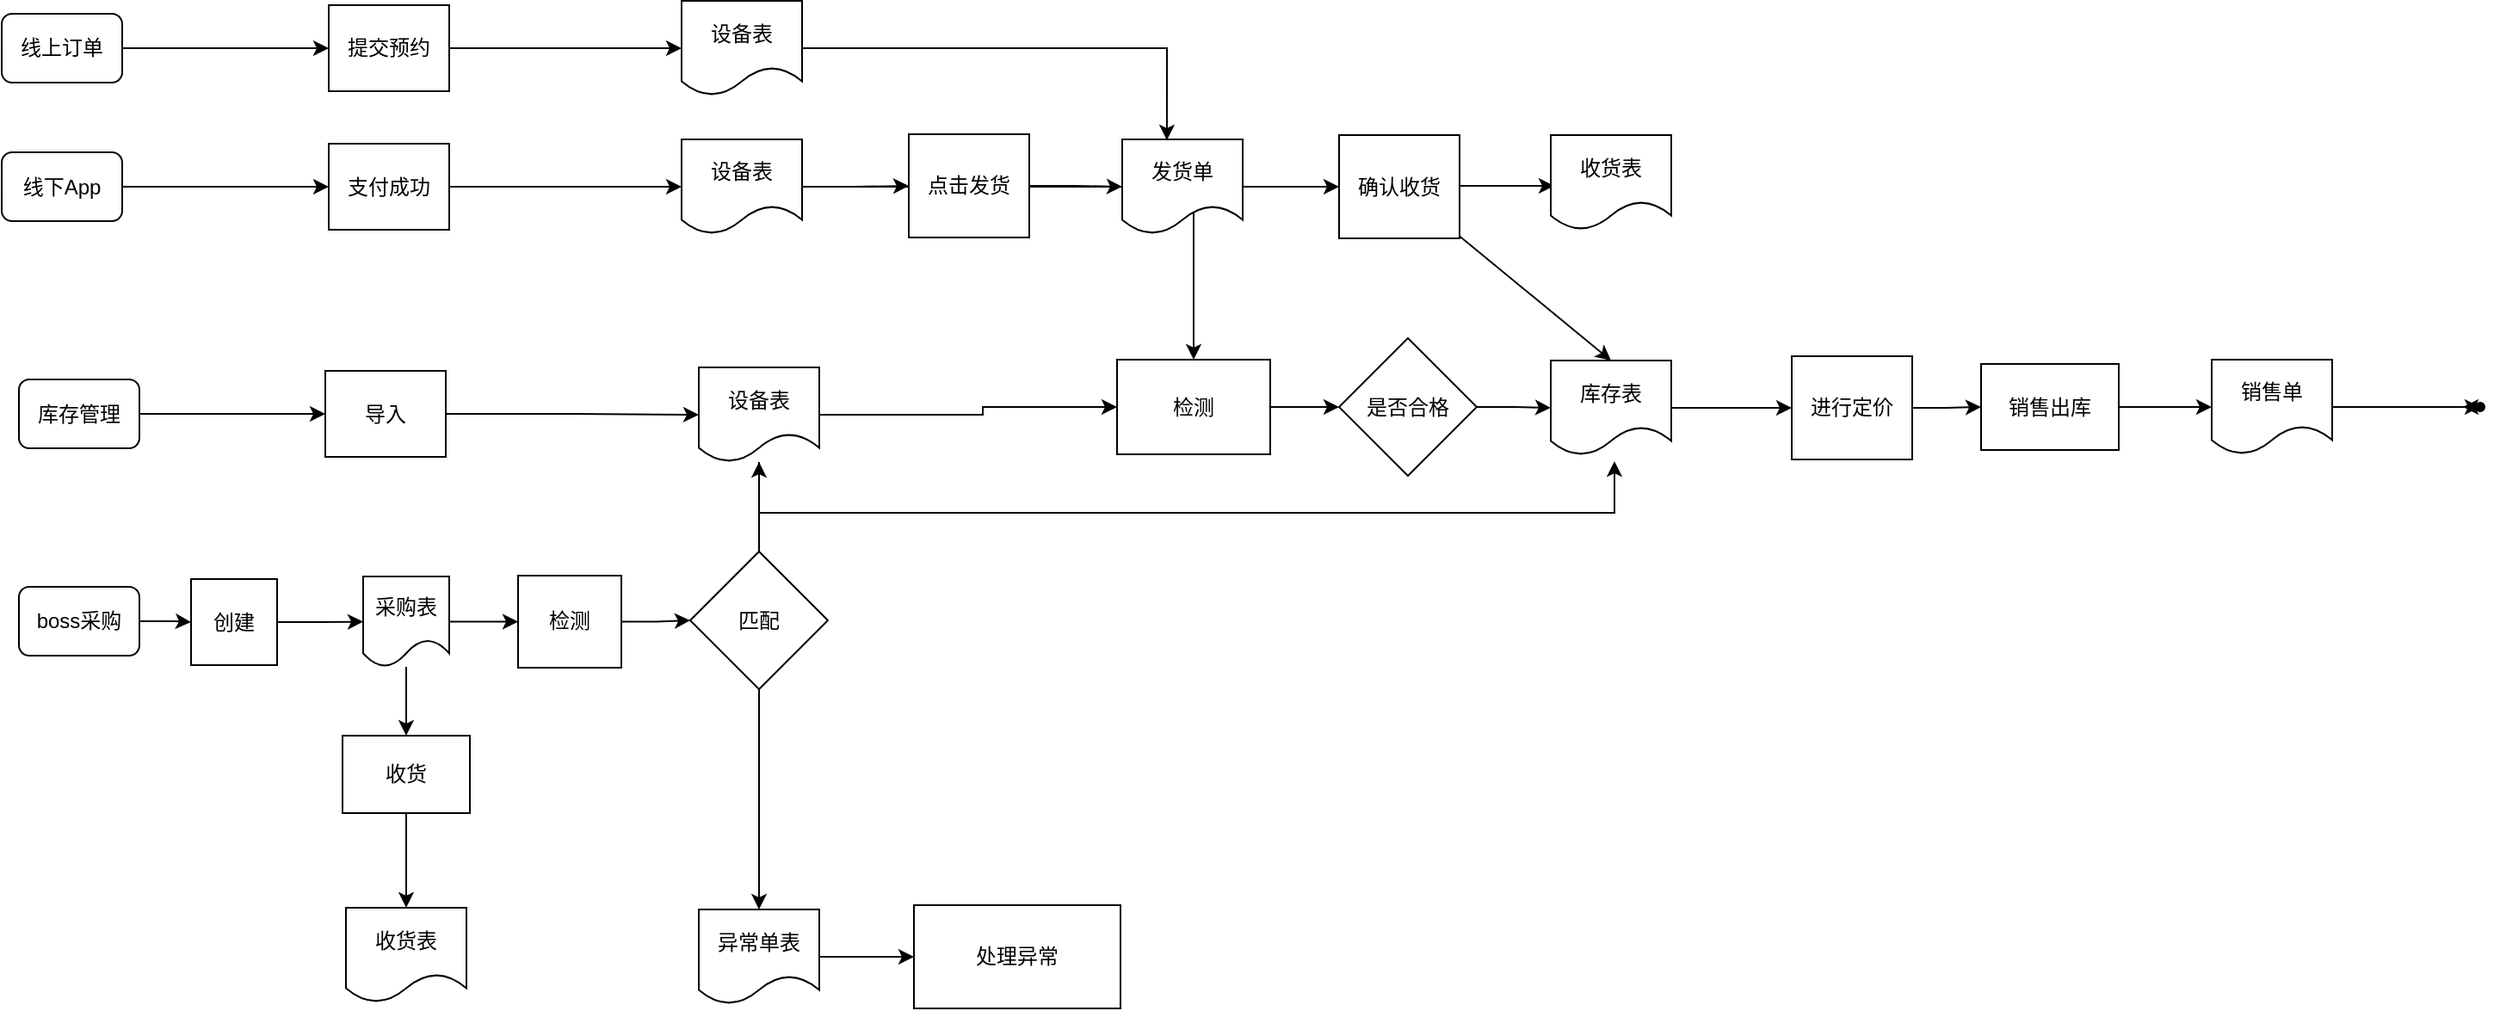
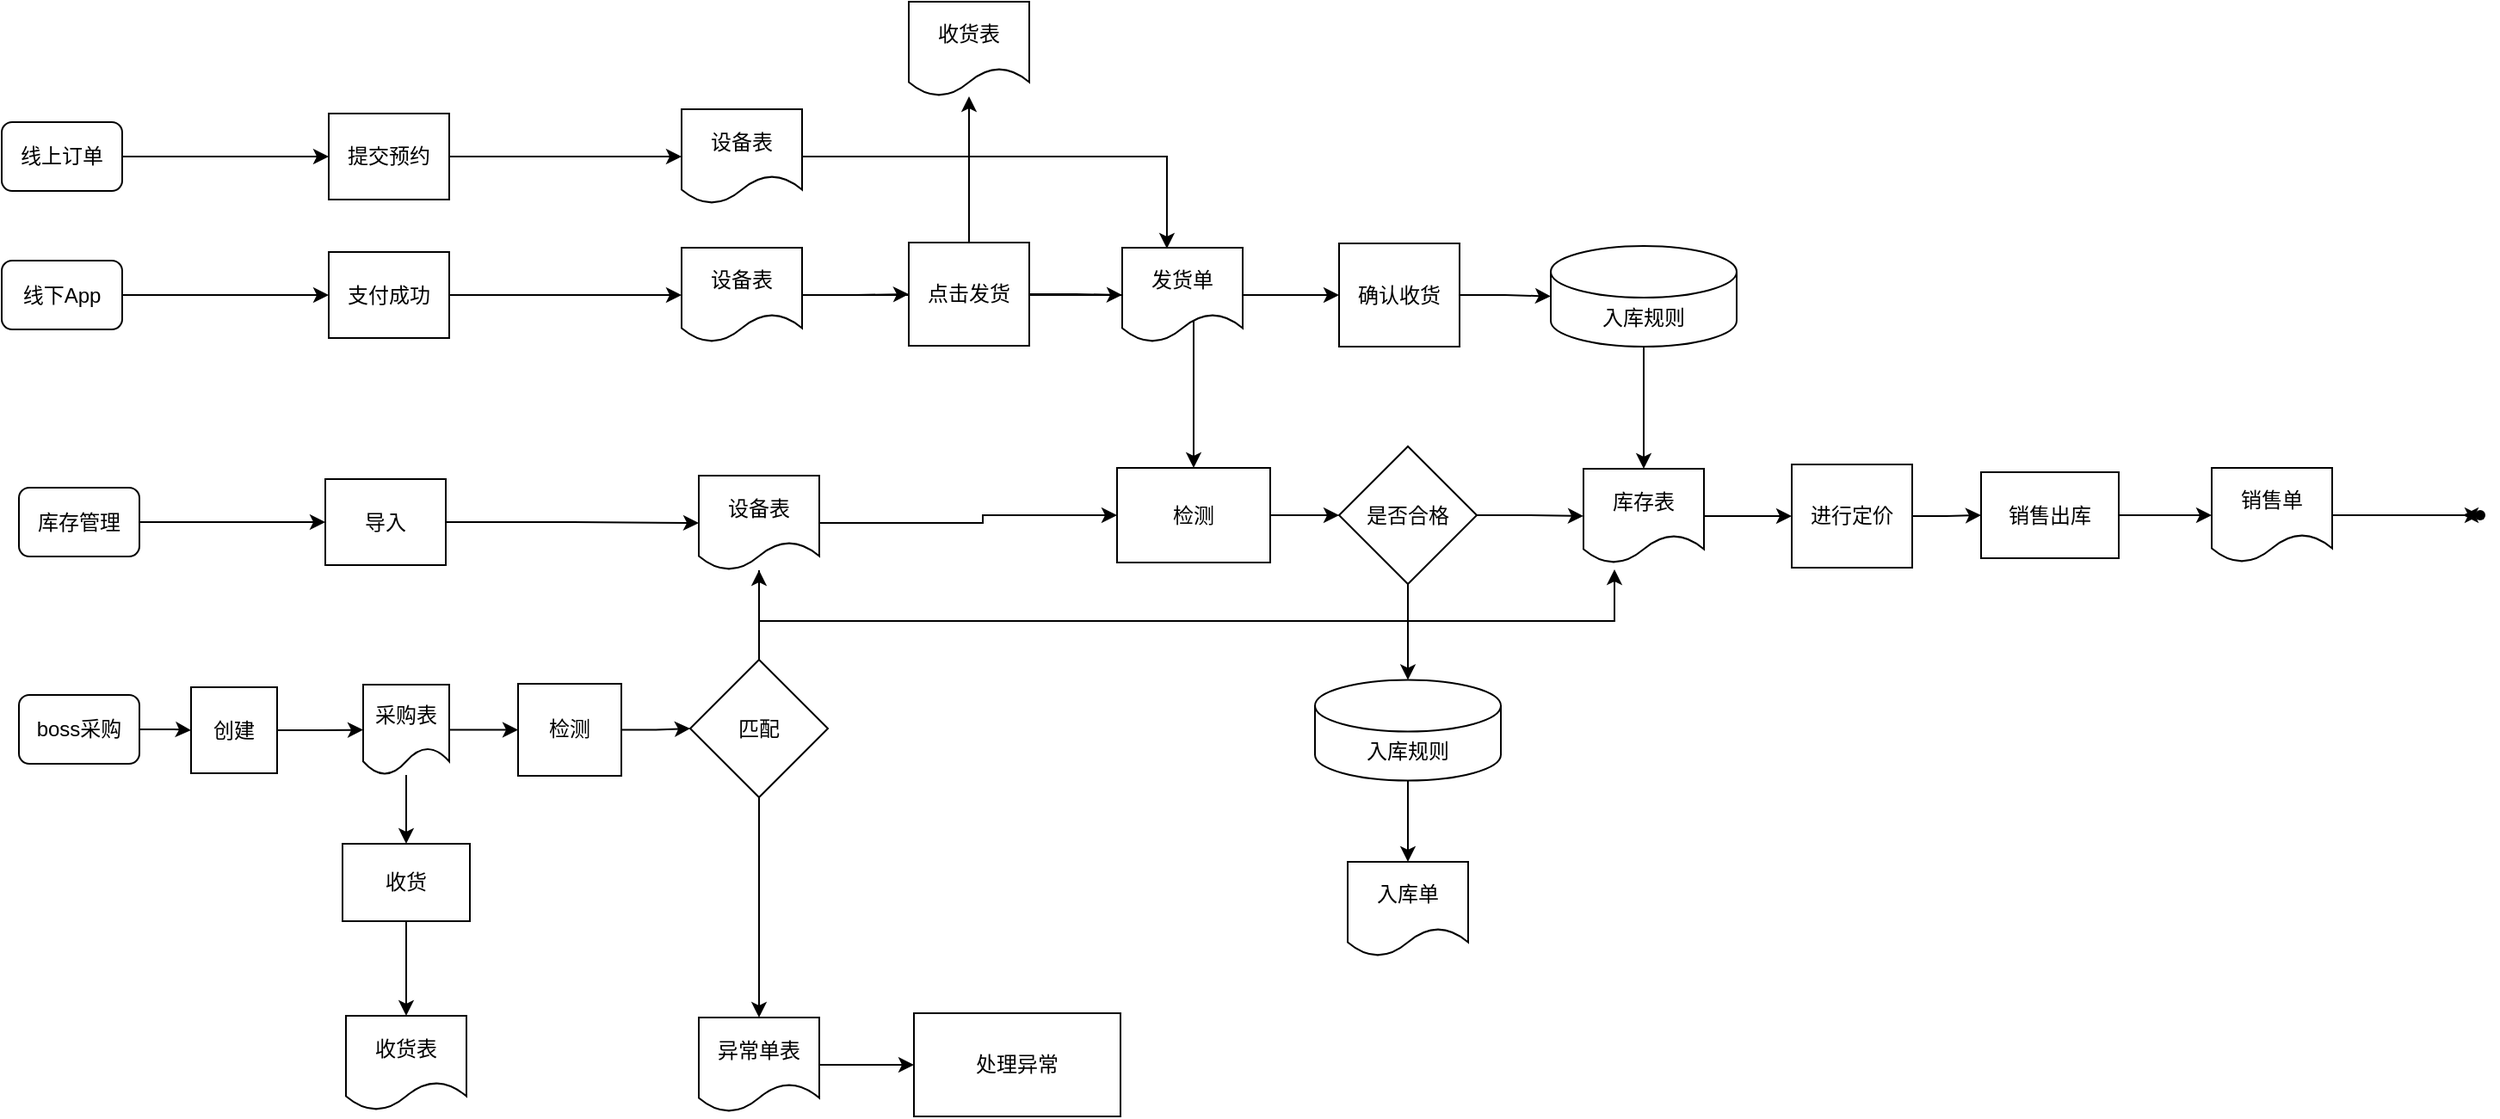
<mxfile host="app.diagrams.net">
  <diagram name="第 1 页" id="s3CgnVwbfZmktE_ADOAM">
-     <mxGraphModel dx="1884" dy="764" grid="1" gridSize="10" guides="1" tooltips="1" connect="1" arrows="1" fold="1" page="1" pageScale="1" pageWidth="827" pageHeight="1169" math="0" shadow="0">
+     <mxGraphModel dx="1653" dy="738" grid="1" gridSize="10" guides="1" tooltips="1" connect="1" arrows="1" fold="1" page="1" pageScale="1" pageWidth="827" pageHeight="1169" math="0" shadow="0">
      <root>
        <mxCell id="0" />
        <mxCell id="1" parent="0" />
        <mxCell id="9bAV4iDaCewVaVFpZhyE-6" edge="1" parent="1" source="9bAV4iDaCewVaVFpZhyE-1" style="edgeStyle=orthogonalEdgeStyle;rounded=0;orthogonalLoop=1;jettySize=auto;html=1;entryX=0;entryY=0.5;entryDx=0;entryDy=0;" target="9bAV4iDaCewVaVFpZhyE-5">
          <mxGeometry relative="1" as="geometry" />
        </mxCell>
        <mxCell id="9bAV4iDaCewVaVFpZhyE-1" parent="1" style="rounded=1;whiteSpace=wrap;html=1;" value="线上订单" vertex="1">
          <mxGeometry height="40" width="70" x="100" y="200" as="geometry" />
        </mxCell>
        <mxCell id="9bAV4iDaCewVaVFpZhyE-8" edge="1" parent="1" source="9bAV4iDaCewVaVFpZhyE-2" style="edgeStyle=orthogonalEdgeStyle;rounded=0;orthogonalLoop=1;jettySize=auto;html=1;entryX=0;entryY=0.5;entryDx=0;entryDy=0;" target="9bAV4iDaCewVaVFpZhyE-7">
          <mxGeometry relative="1" as="geometry" />
        </mxCell>
        <mxCell id="9bAV4iDaCewVaVFpZhyE-2" parent="1" style="rounded=1;whiteSpace=wrap;html=1;" value="线下App" vertex="1">
          <mxGeometry height="40" width="70" x="100" y="280.5" as="geometry" />
        </mxCell>
        <mxCell id="9bAV4iDaCewVaVFpZhyE-18" edge="1" parent="1" source="9bAV4iDaCewVaVFpZhyE-4" style="edgeStyle=orthogonalEdgeStyle;rounded=0;orthogonalLoop=1;jettySize=auto;html=1;entryX=0;entryY=0.5;entryDx=0;entryDy=0;" target="9bAV4iDaCewVaVFpZhyE-17">
          <mxGeometry relative="1" as="geometry" />
        </mxCell>
        <mxCell id="9bAV4iDaCewVaVFpZhyE-4" parent="1" style="rounded=1;whiteSpace=wrap;html=1;" value="boss采购" vertex="1">
          <mxGeometry height="40" width="70" x="110" y="533" as="geometry" />
        </mxCell>
        <mxCell id="9bAV4iDaCewVaVFpZhyE-13" edge="1" parent="1" source="9bAV4iDaCewVaVFpZhyE-5" style="edgeStyle=orthogonalEdgeStyle;rounded=0;orthogonalLoop=1;jettySize=auto;html=1;entryX=0;entryY=0.5;entryDx=0;entryDy=0;" target="9bAV4iDaCewVaVFpZhyE-10">
          <mxGeometry relative="1" as="geometry" />
        </mxCell>
        <mxCell id="9bAV4iDaCewVaVFpZhyE-5" parent="1" style="rounded=0;whiteSpace=wrap;html=1;" value="提交预约" vertex="1">
          <mxGeometry height="50" width="70" x="290" y="195" as="geometry" />
        </mxCell>
        <mxCell id="9bAV4iDaCewVaVFpZhyE-14" edge="1" parent="1" source="9bAV4iDaCewVaVFpZhyE-7" style="edgeStyle=orthogonalEdgeStyle;rounded=0;orthogonalLoop=1;jettySize=auto;html=1;entryX=0;entryY=0.5;entryDx=0;entryDy=0;" target="9bAV4iDaCewVaVFpZhyE-11">
          <mxGeometry relative="1" as="geometry" />
        </mxCell>
        <mxCell id="9bAV4iDaCewVaVFpZhyE-7" parent="1" style="rounded=0;whiteSpace=wrap;html=1;" value="支付成功" vertex="1">
          <mxGeometry height="50" width="70" x="290" y="275.5" as="geometry" />
        </mxCell>
        <mxCell id="GVKssT9AvyQaVMVPeHK4-81" edge="1" parent="1" source="9bAV4iDaCewVaVFpZhyE-9" style="edgeStyle=orthogonalEdgeStyle;rounded=0;orthogonalLoop=1;jettySize=auto;html=1;" target="GVKssT9AvyQaVMVPeHK4-80" value="">
          <mxGeometry relative="1" as="geometry" />
        </mxCell>
        <mxCell id="9bAV4iDaCewVaVFpZhyE-9" parent="1" style="rounded=0;whiteSpace=wrap;html=1;" value="收货" vertex="1">
          <mxGeometry height="45" width="74" x="298" y="619.5" as="geometry" />
        </mxCell>
        <mxCell id="9bAV4iDaCewVaVFpZhyE-10" parent="1" style="shape=document;whiteSpace=wrap;html=1;boundedLbl=1;" value="设备表" vertex="1">
          <mxGeometry height="55" width="70" x="495" y="192.5" as="geometry" />
        </mxCell>
        <mxCell id="GVKssT9AvyQaVMVPeHK4-16" edge="1" parent="1" source="9bAV4iDaCewVaVFpZhyE-11" style="edgeStyle=orthogonalEdgeStyle;rounded=0;orthogonalLoop=1;jettySize=auto;html=1;entryX=0.5;entryY=0;entryDx=0;entryDy=0;" target="GVKssT9AvyQaVMVPeHK4-11">
          <mxGeometry relative="1" as="geometry" />
        </mxCell>
        <mxCell id="GVKssT9AvyQaVMVPeHK4-46" edge="1" parent="1" source="9bAV4iDaCewVaVFpZhyE-11" style="edgeStyle=orthogonalEdgeStyle;rounded=0;orthogonalLoop=1;jettySize=auto;html=1;entryX=0;entryY=0.5;entryDx=0;entryDy=0;" target="GVKssT9AvyQaVMVPeHK4-45">
          <mxGeometry relative="1" as="geometry" />
        </mxCell>
        <mxCell id="9bAV4iDaCewVaVFpZhyE-11" parent="1" style="shape=document;whiteSpace=wrap;html=1;boundedLbl=1;" value="设备表" vertex="1">
          <mxGeometry height="55" width="70" x="495" y="273" as="geometry" />
        </mxCell>
        <mxCell id="9bAV4iDaCewVaVFpZhyE-20" edge="1" parent="1" source="9bAV4iDaCewVaVFpZhyE-17" style="edgeStyle=orthogonalEdgeStyle;rounded=0;orthogonalLoop=1;jettySize=auto;html=1;entryX=0;entryY=0.5;entryDx=0;entryDy=0;" target="9bAV4iDaCewVaVFpZhyE-19">
          <mxGeometry relative="1" as="geometry" />
        </mxCell>
        <mxCell id="9bAV4iDaCewVaVFpZhyE-17" parent="1" style="rounded=0;whiteSpace=wrap;html=1;" value="创建" vertex="1">
          <mxGeometry height="50" width="50" x="210" y="528.5" as="geometry" />
        </mxCell>
        <mxCell id="GVKssT9AvyQaVMVPeHK4-70" edge="1" parent="1" source="9bAV4iDaCewVaVFpZhyE-19" style="edgeStyle=orthogonalEdgeStyle;rounded=0;orthogonalLoop=1;jettySize=auto;html=1;" target="9bAV4iDaCewVaVFpZhyE-9" value="">
          <mxGeometry relative="1" as="geometry" />
        </mxCell>
        <mxCell id="GVKssT9AvyQaVMVPeHK4-86" edge="1" parent="1" source="9bAV4iDaCewVaVFpZhyE-19" style="edgeStyle=orthogonalEdgeStyle;rounded=0;orthogonalLoop=1;jettySize=auto;html=1;" target="GVKssT9AvyQaVMVPeHK4-85" value="">
          <mxGeometry relative="1" as="geometry" />
        </mxCell>
        <mxCell id="9bAV4iDaCewVaVFpZhyE-19" parent="1" style="shape=document;whiteSpace=wrap;html=1;boundedLbl=1;" value="采购表" vertex="1">
          <mxGeometry height="52.5" width="50" x="310" y="527" as="geometry" />
        </mxCell>
        <mxCell id="GVKssT9AvyQaVMVPeHK4-67" edge="1" parent="1" source="GVKssT9AvyQaVMVPeHK4-10" style="edgeStyle=orthogonalEdgeStyle;rounded=0;orthogonalLoop=1;jettySize=auto;html=1;" target="GVKssT9AvyQaVMVPeHK4-13" value="">
          <mxGeometry relative="1" as="geometry" />
        </mxCell>
+         <mxCell id="8hWod6TTKWvcKmEvH4T0-7" edge="1" parent="1" source="GVKssT9AvyQaVMVPeHK4-10" style="edgeStyle=orthogonalEdgeStyle;rounded=0;orthogonalLoop=1;jettySize=auto;html=1;" target="8hWod6TTKWvcKmEvH4T0-6" value="">
+           <mxGeometry relative="1" as="geometry" />
+         </mxCell>
        <mxCell id="GVKssT9AvyQaVMVPeHK4-10" parent="1" style="rhombus;whiteSpace=wrap;html=1;" value="是否合格" vertex="1">
          <mxGeometry height="80" width="80" x="877" y="388.5" as="geometry" />
        </mxCell>
        <mxCell id="GVKssT9AvyQaVMVPeHK4-74" edge="1" parent="1" source="GVKssT9AvyQaVMVPeHK4-11" style="edgeStyle=orthogonalEdgeStyle;rounded=0;orthogonalLoop=1;jettySize=auto;html=1;" target="GVKssT9AvyQaVMVPeHK4-10" value="">
          <mxGeometry relative="1" as="geometry" />
        </mxCell>
        <mxCell id="GVKssT9AvyQaVMVPeHK4-11" parent="1" style="rounded=0;whiteSpace=wrap;html=1;" value="&lt;span style=&quot;text-align: left;&quot;&gt;检测&lt;/span&gt;" vertex="1">
          <mxGeometry height="55" width="89" x="748" y="401" as="geometry" />
        </mxCell>
        <mxCell id="GVKssT9AvyQaVMVPeHK4-60" edge="1" parent="1" source="GVKssT9AvyQaVMVPeHK4-13" style="edgeStyle=orthogonalEdgeStyle;rounded=0;orthogonalLoop=1;jettySize=auto;html=1;" target="GVKssT9AvyQaVMVPeHK4-19" value="">
          <mxGeometry relative="1" as="geometry" />
        </mxCell>
        <mxCell id="GVKssT9AvyQaVMVPeHK4-13" parent="1" style="shape=document;whiteSpace=wrap;html=1;boundedLbl=1;" value="库存表" vertex="1">
-           <mxGeometry height="55" width="70" x="1000" y="401.5" as="geometry" />
+           <mxGeometry height="55" width="70" x="1019" y="401.5" as="geometry" />
        </mxCell>
        <mxCell id="GVKssT9AvyQaVMVPeHK4-22" edge="1" parent="1" source="GVKssT9AvyQaVMVPeHK4-19" style="edgeStyle=orthogonalEdgeStyle;rounded=0;orthogonalLoop=1;jettySize=auto;html=1;" target="GVKssT9AvyQaVMVPeHK4-21" value="">
          <mxGeometry relative="1" as="geometry" />
        </mxCell>
        <mxCell id="GVKssT9AvyQaVMVPeHK4-19" parent="1" style="rounded=0;whiteSpace=wrap;html=1;" value="进行定价" vertex="1">
          <mxGeometry height="60" width="70" x="1140" y="399" as="geometry" />
        </mxCell>
        <mxCell id="GVKssT9AvyQaVMVPeHK4-25" edge="1" parent="1" source="GVKssT9AvyQaVMVPeHK4-21" style="edgeStyle=orthogonalEdgeStyle;rounded=0;orthogonalLoop=1;jettySize=auto;html=1;" target="GVKssT9AvyQaVMVPeHK4-24" value="">
          <mxGeometry relative="1" as="geometry" />
        </mxCell>
        <mxCell id="GVKssT9AvyQaVMVPeHK4-21" parent="1" style="whiteSpace=wrap;html=1;rounded=0;" value="销售出库" vertex="1">
          <mxGeometry height="50" width="80" x="1250" y="403.5" as="geometry" />
        </mxCell>
        <mxCell id="GVKssT9AvyQaVMVPeHK4-62" edge="1" parent="1" source="GVKssT9AvyQaVMVPeHK4-61" style="edgeStyle=orthogonalEdgeStyle;rounded=0;orthogonalLoop=1;jettySize=auto;html=1;" value="">
          <mxGeometry relative="1" as="geometry">
            <mxPoint x="1530" y="429" as="targetPoint" />
          </mxGeometry>
        </mxCell>
        <mxCell id="GVKssT9AvyQaVMVPeHK4-24" parent="1" style="shape=document;whiteSpace=wrap;html=1;boundedLbl=1;" value="销售单" vertex="1">
          <mxGeometry height="55" width="70" x="1384" y="401" as="geometry" />
        </mxCell>
        <mxCell id="GVKssT9AvyQaVMVPeHK4-50" edge="1" parent="1" source="GVKssT9AvyQaVMVPeHK4-26" style="edgeStyle=orthogonalEdgeStyle;rounded=0;orthogonalLoop=1;jettySize=auto;html=1;" target="GVKssT9AvyQaVMVPeHK4-49" value="">
          <mxGeometry relative="1" as="geometry" />
        </mxCell>
        <mxCell id="GVKssT9AvyQaVMVPeHK4-26" parent="1" style="shape=document;whiteSpace=wrap;html=1;boundedLbl=1;" value="发货单" vertex="1">
          <mxGeometry height="55" width="70" x="751" y="273" as="geometry" />
        </mxCell>
        <mxCell id="GVKssT9AvyQaVMVPeHK4-30" edge="1" parent="1" source="9bAV4iDaCewVaVFpZhyE-2" style="edgeStyle=orthogonalEdgeStyle;rounded=0;orthogonalLoop=1;jettySize=auto;html=1;exitX=0.5;exitY=1;exitDx=0;exitDy=0;" target="9bAV4iDaCewVaVFpZhyE-2">
          <mxGeometry relative="1" as="geometry" />
        </mxCell>
        <mxCell id="GVKssT9AvyQaVMVPeHK4-31" edge="1" parent="1" style="edgeStyle=orthogonalEdgeStyle;rounded=0;orthogonalLoop=1;jettySize=auto;html=1;exitX=0.5;exitY=1;exitDx=0;exitDy=0;">
          <mxGeometry relative="1" as="geometry">
            <mxPoint x="200" y="390" as="sourcePoint" />
            <mxPoint x="200" y="390" as="targetPoint" />
          </mxGeometry>
        </mxCell>
        <mxCell id="GVKssT9AvyQaVMVPeHK4-34" edge="1" parent="1" source="GVKssT9AvyQaVMVPeHK4-32" style="edgeStyle=orthogonalEdgeStyle;rounded=0;orthogonalLoop=1;jettySize=auto;html=1;entryX=0;entryY=0.5;entryDx=0;entryDy=0;" target="GVKssT9AvyQaVMVPeHK4-33">
          <mxGeometry relative="1" as="geometry" />
        </mxCell>
        <mxCell id="GVKssT9AvyQaVMVPeHK4-32" parent="1" style="rounded=1;whiteSpace=wrap;html=1;" value="库存管理" vertex="1">
          <mxGeometry height="40" width="70" x="110" y="412.5" as="geometry" />
        </mxCell>
        <mxCell id="GVKssT9AvyQaVMVPeHK4-33" parent="1" style="rounded=0;whiteSpace=wrap;html=1;" value="导入" vertex="1">
          <mxGeometry height="50" width="70" x="288" y="407.5" as="geometry" />
        </mxCell>
        <mxCell id="GVKssT9AvyQaVMVPeHK4-39" edge="1" parent="1" style="edgeStyle=orthogonalEdgeStyle;rounded=0;orthogonalLoop=1;jettySize=auto;html=1;exitX=0.5;exitY=1;exitDx=0;exitDy=0;">
          <mxGeometry relative="1" as="geometry">
            <mxPoint x="133" y="453.5" as="sourcePoint" />
            <mxPoint x="133" y="453.5" as="targetPoint" />
          </mxGeometry>
        </mxCell>
        <mxCell id="GVKssT9AvyQaVMVPeHK4-75" edge="1" parent="1" source="GVKssT9AvyQaVMVPeHK4-40" style="edgeStyle=orthogonalEdgeStyle;rounded=0;orthogonalLoop=1;jettySize=auto;html=1;">
          <mxGeometry relative="1" as="geometry">
            <Array as="points">
              <mxPoint x="540" y="490" />
              <mxPoint x="1037" y="490" />
            </Array>
            <mxPoint x="1037" y="460" as="targetPoint" />
          </mxGeometry>
        </mxCell>
        <mxCell id="GVKssT9AvyQaVMVPeHK4-94" edge="1" parent="1" source="GVKssT9AvyQaVMVPeHK4-40" style="edgeStyle=orthogonalEdgeStyle;rounded=0;orthogonalLoop=1;jettySize=auto;html=1;entryX=0;entryY=0.5;entryDx=0;entryDy=0;" target="GVKssT9AvyQaVMVPeHK4-11">
          <mxGeometry relative="1" as="geometry">
            <Array as="points">
              <mxPoint x="670" y="433" />
              <mxPoint x="670" y="429" />
            </Array>
          </mxGeometry>
        </mxCell>
        <mxCell id="GVKssT9AvyQaVMVPeHK4-40" parent="1" style="shape=document;whiteSpace=wrap;html=1;boundedLbl=1;" value="设备表" vertex="1">
          <mxGeometry height="55" width="70" x="505" y="405.5" as="geometry" />
        </mxCell>
        <mxCell id="GVKssT9AvyQaVMVPeHK4-41" edge="1" parent="1" source="GVKssT9AvyQaVMVPeHK4-33" style="edgeStyle=orthogonalEdgeStyle;rounded=0;orthogonalLoop=1;jettySize=auto;html=1;entryX=0;entryY=0.5;entryDx=0;entryDy=0;" target="GVKssT9AvyQaVMVPeHK4-40">
          <mxGeometry relative="1" as="geometry" />
        </mxCell>
        <mxCell id="GVKssT9AvyQaVMVPeHK4-47" edge="1" parent="1" source="GVKssT9AvyQaVMVPeHK4-45" style="edgeStyle=orthogonalEdgeStyle;rounded=0;orthogonalLoop=1;jettySize=auto;html=1;entryX=0;entryY=0.5;entryDx=0;entryDy=0;" target="GVKssT9AvyQaVMVPeHK4-26">
          <mxGeometry relative="1" as="geometry" />
        </mxCell>
+         <mxCell id="8hWod6TTKWvcKmEvH4T0-10" edge="1" parent="1" source="GVKssT9AvyQaVMVPeHK4-45" style="edgeStyle=orthogonalEdgeStyle;rounded=0;orthogonalLoop=1;jettySize=auto;html=1;" target="8hWod6TTKWvcKmEvH4T0-9" value="">
+           <mxGeometry relative="1" as="geometry" />
+         </mxCell>
        <mxCell id="GVKssT9AvyQaVMVPeHK4-45" parent="1" style="rounded=0;whiteSpace=wrap;html=1;" value="点击发货" vertex="1">
          <mxGeometry height="60" width="70" x="627" y="270" as="geometry" />
        </mxCell>
        <mxCell id="GVKssT9AvyQaVMVPeHK4-48" edge="1" parent="1" source="9bAV4iDaCewVaVFpZhyE-10" style="edgeStyle=orthogonalEdgeStyle;rounded=0;orthogonalLoop=1;jettySize=auto;html=1;entryX=0.371;entryY=0.009;entryDx=0;entryDy=0;entryPerimeter=0;" target="GVKssT9AvyQaVMVPeHK4-26">
          <mxGeometry relative="1" as="geometry" />
        </mxCell>
-         <mxCell id="GVKssT9AvyQaVMVPeHK4-52" edge="1" parent="1" source="GVKssT9AvyQaVMVPeHK4-49" style="edgeStyle=orthogonalEdgeStyle;rounded=0;orthogonalLoop=1;jettySize=auto;html=1;" value="">
-           <mxGeometry relative="1" as="geometry">
-             <mxPoint x="1002" y="300" as="targetPoint" />
-           </mxGeometry>
-         </mxCell>
-         <mxCell id="GVKssT9AvyQaVMVPeHK4-76" edge="1" parent="1" source="GVKssT9AvyQaVMVPeHK4-49" style="rounded=0;orthogonalLoop=1;jettySize=auto;html=1;entryX=0.5;entryY=0;entryDx=0;entryDy=0;" target="GVKssT9AvyQaVMVPeHK4-13">
+         <mxCell id="8hWod6TTKWvcKmEvH4T0-12" edge="1" parent="1" source="GVKssT9AvyQaVMVPeHK4-49" style="edgeStyle=orthogonalEdgeStyle;rounded=0;orthogonalLoop=1;jettySize=auto;html=1;" target="8hWod6TTKWvcKmEvH4T0-11" value="">
          <mxGeometry relative="1" as="geometry" />
        </mxCell>
        <mxCell id="GVKssT9AvyQaVMVPeHK4-49" parent="1" style="whiteSpace=wrap;html=1;" value="确认收货" vertex="1">
          <mxGeometry height="60" width="70" x="877" y="270.5" as="geometry" />
        </mxCell>
        <mxCell id="GVKssT9AvyQaVMVPeHK4-65" edge="1" parent="1" source="GVKssT9AvyQaVMVPeHK4-24" style="edgeStyle=orthogonalEdgeStyle;rounded=0;orthogonalLoop=1;jettySize=auto;html=1;" target="GVKssT9AvyQaVMVPeHK4-61" value="">
          <mxGeometry relative="1" as="geometry">
            <mxPoint x="1454" y="429" as="sourcePoint" />
            <mxPoint x="1530" y="429" as="targetPoint" />
          </mxGeometry>
        </mxCell>
        <mxCell id="GVKssT9AvyQaVMVPeHK4-61" parent="1" style="shape=waypoint;sketch=0;size=6;pointerEvents=1;points=[];fillColor=default;resizable=0;rotatable=0;perimeter=centerPerimeter;snapToPoint=1;" value="" vertex="1">
          <mxGeometry height="20" width="20" x="1530" y="418.5" as="geometry" />
        </mxCell>
-         <mxCell id="GVKssT9AvyQaVMVPeHK4-79" parent="1" style="shape=document;whiteSpace=wrap;html=1;boundedLbl=1;" value="收货表" vertex="1">
-           <mxGeometry height="55" width="70" x="1000" y="270.5" as="geometry" />
-         </mxCell>
        <mxCell id="GVKssT9AvyQaVMVPeHK4-80" parent="1" style="shape=document;whiteSpace=wrap;html=1;boundedLbl=1;" value="收货表" vertex="1">
          <mxGeometry height="55" width="70" x="300" y="719.5" as="geometry" />
        </mxCell>
        <mxCell id="GVKssT9AvyQaVMVPeHK4-88" edge="1" parent="1" source="GVKssT9AvyQaVMVPeHK4-85" style="edgeStyle=orthogonalEdgeStyle;rounded=0;orthogonalLoop=1;jettySize=auto;html=1;" target="GVKssT9AvyQaVMVPeHK4-87" value="">
          <mxGeometry relative="1" as="geometry" />
        </mxCell>
        <mxCell id="GVKssT9AvyQaVMVPeHK4-85" parent="1" style="rounded=0;whiteSpace=wrap;html=1;" value="&lt;span style=&quot;text-align: left;&quot;&gt;检测&lt;/span&gt;" vertex="1">
          <mxGeometry height="53.5" width="60" x="400" y="526.5" as="geometry" />
        </mxCell>
        <mxCell id="GVKssT9AvyQaVMVPeHK4-91" edge="1" parent="1" source="GVKssT9AvyQaVMVPeHK4-87" style="edgeStyle=orthogonalEdgeStyle;rounded=0;orthogonalLoop=1;jettySize=auto;html=1;" target="GVKssT9AvyQaVMVPeHK4-40" value="">
          <mxGeometry relative="1" as="geometry" />
        </mxCell>
        <mxCell id="GVKssT9AvyQaVMVPeHK4-93" edge="1" parent="1" source="GVKssT9AvyQaVMVPeHK4-87" style="edgeStyle=orthogonalEdgeStyle;rounded=0;orthogonalLoop=1;jettySize=auto;html=1;entryX=0.5;entryY=0;entryDx=0;entryDy=0;" target="GVKssT9AvyQaVMVPeHK4-92">
          <mxGeometry relative="1" as="geometry" />
        </mxCell>
        <mxCell id="GVKssT9AvyQaVMVPeHK4-87" parent="1" style="rhombus;whiteSpace=wrap;html=1;" value="匹配" vertex="1">
          <mxGeometry height="80" width="80" x="500" y="512.5" as="geometry" />
        </mxCell>
        <mxCell id="GVKssT9AvyQaVMVPeHK4-96" edge="1" parent="1" source="GVKssT9AvyQaVMVPeHK4-92" style="edgeStyle=orthogonalEdgeStyle;rounded=0;orthogonalLoop=1;jettySize=auto;html=1;" target="GVKssT9AvyQaVMVPeHK4-95" value="">
          <mxGeometry relative="1" as="geometry" />
        </mxCell>
        <mxCell id="GVKssT9AvyQaVMVPeHK4-92" parent="1" style="shape=document;whiteSpace=wrap;html=1;boundedLbl=1;" value="异常单表" vertex="1">
          <mxGeometry height="55" width="70" x="505" y="720.5" as="geometry" />
        </mxCell>
        <mxCell id="GVKssT9AvyQaVMVPeHK4-95" parent="1" style="whiteSpace=wrap;html=1;" value="处理异常" vertex="1">
          <mxGeometry height="60" width="120" x="630" y="718" as="geometry" />
+         </mxCell>
+         <mxCell id="8hWod6TTKWvcKmEvH4T0-4" parent="1" style="shape=document;whiteSpace=wrap;html=1;boundedLbl=1;" value="入库单" vertex="1">
+           <mxGeometry height="55" width="70" x="882" y="630" as="geometry" />
+         </mxCell>
+         <mxCell id="8hWod6TTKWvcKmEvH4T0-8" edge="1" parent="1" source="8hWod6TTKWvcKmEvH4T0-6" style="edgeStyle=orthogonalEdgeStyle;rounded=0;orthogonalLoop=1;jettySize=auto;html=1;" target="8hWod6TTKWvcKmEvH4T0-4" value="">
+           <mxGeometry relative="1" as="geometry" />
+         </mxCell>
+         <mxCell id="8hWod6TTKWvcKmEvH4T0-6" parent="1" style="shape=cylinder3;whiteSpace=wrap;html=1;boundedLbl=1;backgroundOutline=1;size=15;" value="入库规则" vertex="1">
+           <mxGeometry height="58.5" width="108" x="863" y="524.25" as="geometry" />
+         </mxCell>
+         <mxCell id="8hWod6TTKWvcKmEvH4T0-9" parent="1" style="shape=document;whiteSpace=wrap;html=1;boundedLbl=1;" value="收货表" vertex="1">
+           <mxGeometry height="55" width="70" x="627" y="130" as="geometry" />
+         </mxCell>
+         <mxCell id="8hWod6TTKWvcKmEvH4T0-13" edge="1" parent="1" source="8hWod6TTKWvcKmEvH4T0-11" style="edgeStyle=orthogonalEdgeStyle;rounded=0;orthogonalLoop=1;jettySize=auto;html=1;" target="GVKssT9AvyQaVMVPeHK4-13" value="">
+           <mxGeometry relative="1" as="geometry" />
+         </mxCell>
+         <mxCell id="8hWod6TTKWvcKmEvH4T0-11" parent="1" style="shape=cylinder3;whiteSpace=wrap;html=1;boundedLbl=1;backgroundOutline=1;size=15;" value="入库规则" vertex="1">
+           <mxGeometry height="58.5" width="108" x="1000" y="272" as="geometry" />
        </mxCell>
      </root>
    </mxGraphModel>
  </diagram>
</mxfile>
